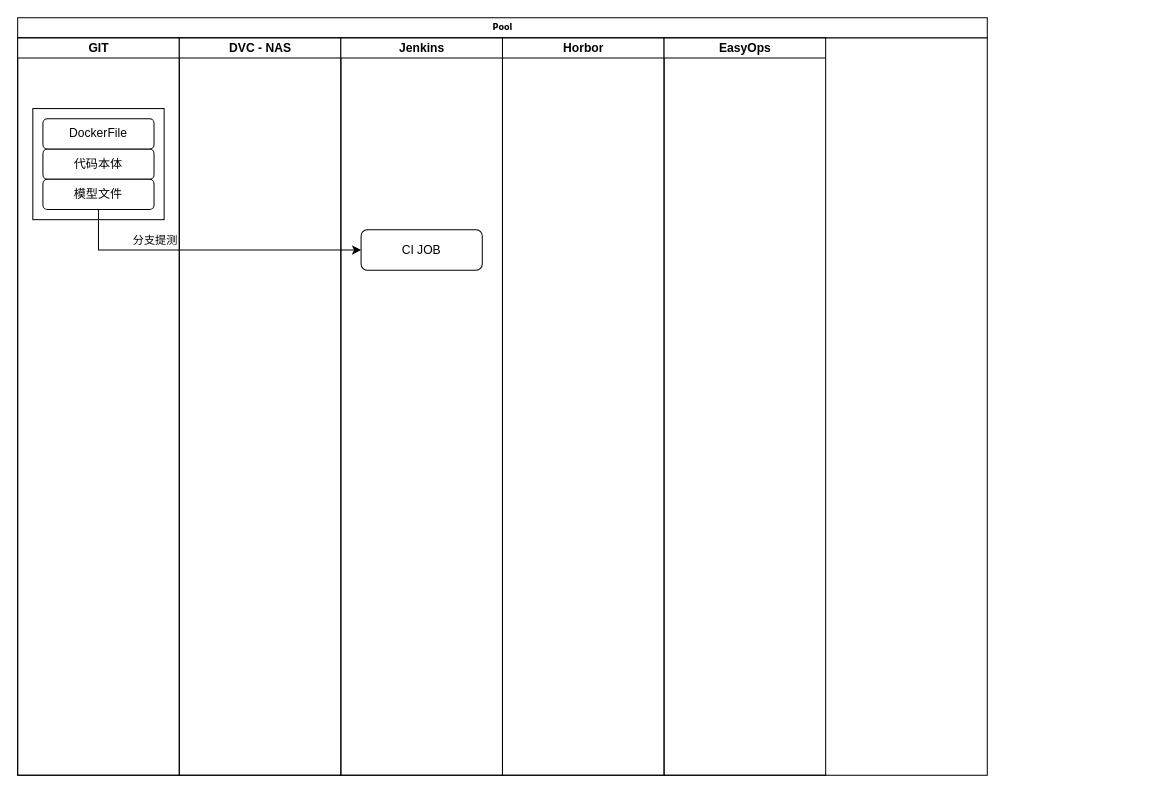
Above: Untitled Diagram.drawio in AutoAllenWu/MyAuto (draw.io), before the change. Source tidied: cells renumbered, new cells numbered last; positions are measured from the earlier drawing's top-left corner, leaving out a move shared by most shapes. Both pictures are drawn from the tidied source at 101%, with x=0, y=0 at pixel (17, 17).
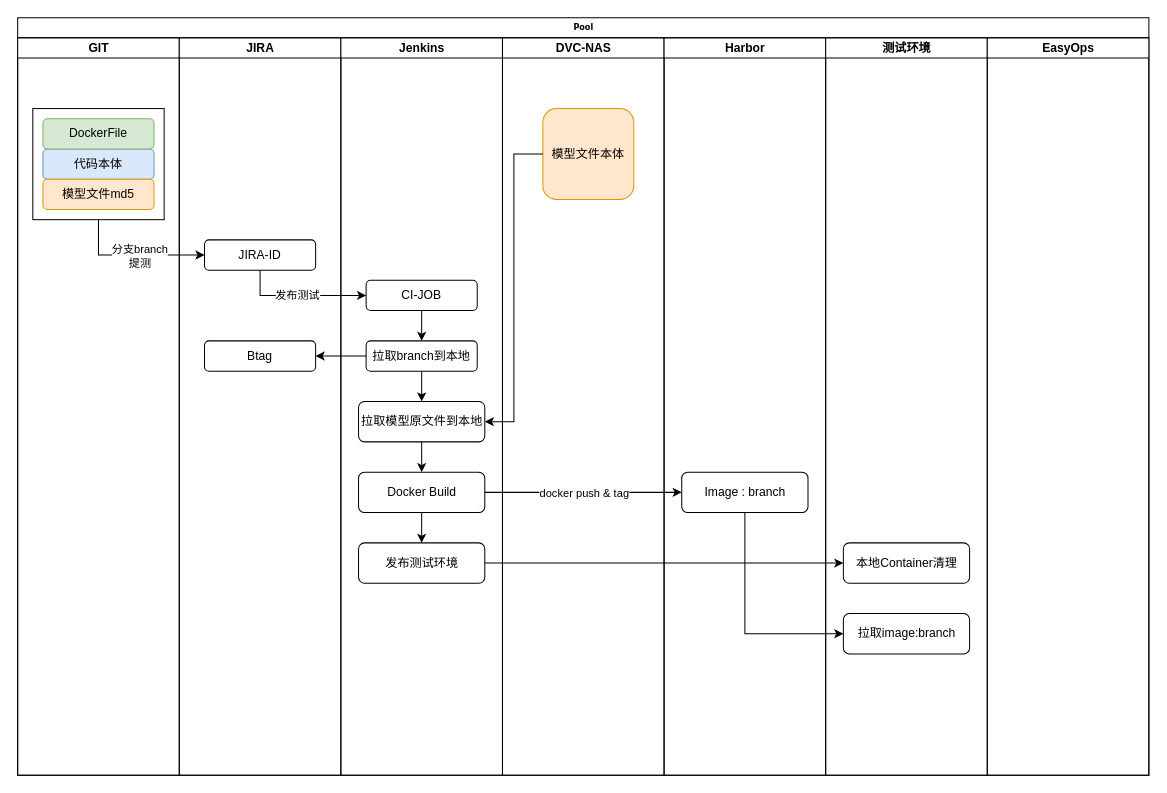
Above is the later version.

Unchanged cells that the change refers to:
```xml
<mxCell id="4" value="GIT" style="swimlane;html=1;startSize=20;" parent="2" vertex="1">
  <mxGeometry y="20" width="160" height="730" as="geometry" />
</mxCell>
<mxCell id="5" style="rounded=0;whiteSpace=wrap;html=1;" parent="4" vertex="1">
  <mxGeometry x="15" y="70" width="130" height="110" as="geometry" />
</mxCell>
```

Change to the diagram source:
```diff
@@
     <mxCell id="2" value="Pool" style="swimlane;html=1;startSize=20;rounded=0;shadow=0;labelBackgroundColor=none;strokeWidth=1;fontFamily=Verdana;fontSize=8;align=center;" parent="1" vertex="1">
-      <mxGeometry width="960" height="750" as="geometry" />
+      <mxGeometry width="1120" height="750" as="geometry" />
     </mxCell>
@@
-    <mxCell id="6" value="代码本体" style="rounded=1;whiteSpace=wrap;html=1;" parent="4" vertex="1">
+    <mxCell id="6" value="代码本体" style="rounded=1;whiteSpace=wrap;html=1;fillColor=#dae8fc;strokeColor=#6c8ebf;" parent="4" vertex="1">
       <mxGeometry x="25" y="110" width="110" height="30" as="geometry" />
     </mxCell>
-    <mxCell id="7" value="DockerFile" style="rounded=1;whiteSpace=wrap;html=1;" parent="4" vertex="1">
+    <mxCell id="7" value="DockerFile" style="rounded=1;whiteSpace=wrap;html=1;fillColor=#d5e8d4;strokeColor=#82b366;" parent="4" vertex="1">
       <mxGeometry x="25" y="80" width="110" height="30" as="geometry" />
     </mxCell>
-    <mxCell id="8" value="模型文件" style="rounded=1;whiteSpace=wrap;html=1;" parent="4" vertex="1">
+    <mxCell id="8" value="模型文件md5" style="rounded=1;whiteSpace=wrap;html=1;fillColor=#ffe6cc;strokeColor=#d79b00;" parent="4" vertex="1">
       <mxGeometry x="25" y="140" width="110" height="30" as="geometry" />
     </mxCell>
@@
-    <mxCell id="10" value="DVC - NAS" style="swimlane;html=1;startSize=20;" parent="2" vertex="1">
+    <mxCell id="10" value="JIRA" style="swimlane;html=1;startSize=20;" parent="2" vertex="1">
       <mxGeometry x="160" y="20" width="160" height="730" as="geometry" />
     </mxCell>
+    <mxCell id="17" value="JIRA-ID" style="rounded=1;whiteSpace=wrap;html=1;" parent="10" vertex="1">
+      <mxGeometry x="25" y="200" width="110" height="30" as="geometry" />
+    </mxCell>
+    <mxCell id="18" value="Btag" style="rounded=1;whiteSpace=wrap;html=1;" parent="10" vertex="1">
+      <mxGeometry x="25" y="300" width="110" height="30" as="geometry" />
+    </mxCell>
+    <mxCell id="13" value="Jenkins" style="swimlane;html=1;startSize=20;" parent="2" vertex="1">
+      <mxGeometry x="320" y="20" width="160" height="730" as="geometry" />
+    </mxCell>
+    <mxCell id="19" style="edgeStyle=orthogonalEdgeStyle;rounded=0;jettySize=auto;html=1;" parent="13" edge="1" source="20" target="22">
+      <mxGeometry relative="1" as="geometry" />
+    </mxCell>
+    <mxCell id="20" value="CI-JOB" style="rounded=1;whiteSpace=wrap;html=1;" parent="13" vertex="1">
+      <mxGeometry x="25" y="240" width="110" height="30" as="geometry" />
+    </mxCell>
+    <mxCell id="21" style="edgeStyle=orthogonalEdgeStyle;rounded=0;jettySize=auto;html=1;" parent="13" edge="1" source="22" target="24">
+      <mxGeometry relative="1" as="geometry" />
+    </mxCell>
+    <mxCell id="22" value="拉取branch到本地" style="rounded=1;whiteSpace=wrap;html=1;" parent="13" vertex="1">
+      <mxGeometry x="25" y="300" width="110" height="30" as="geometry" />
+    </mxCell>
+    <mxCell id="23" style="edgeStyle=orthogonalEdgeStyle;rounded=0;jettySize=auto;html=1;" parent="13" edge="1" source="24" target="26">
+      <mxGeometry relative="1" as="geometry" />
+    </mxCell>
+    <mxCell id="24" value="拉取模型原文件到本地" style="rounded=1;whiteSpace=wrap;html=1;" parent="13" vertex="1">
+      <mxGeometry x="17.5" y="360" width="125" height="40" as="geometry" />
+    </mxCell>
+    <mxCell id="25" style="edgeStyle=orthogonalEdgeStyle;rounded=0;jettySize=auto;html=1;" parent="13" edge="1" source="26" target="27">
+      <mxGeometry relative="1" as="geometry" />
+    </mxCell>
+    <mxCell id="26" value="Docker Build" style="rounded=1;whiteSpace=wrap;html=1;" parent="13" vertex="1">
+      <mxGeometry x="17.5" y="430" width="125" height="40" as="geometry" />
+    </mxCell>
+    <mxCell id="27" value="发布测试环境" style="rounded=1;whiteSpace=wrap;html=1;" parent="13" vertex="1">
+      <mxGeometry x="17.5" y="500" width="125" height="40" as="geometry" />
+    </mxCell>
+    <mxCell id="14" value="DVC-NAS" style="swimlane;html=1;startSize=20;" parent="2" vertex="1">
+      <mxGeometry x="480" y="20" width="160" height="730" as="geometry" />
+    </mxCell>
+    <mxCell id="28" value="模型文件本体" style="rounded=1;whiteSpace=wrap;html=1;fillColor=#ffe6cc;strokeColor=#d79b00;" parent="14" vertex="1">
+      <mxGeometry x="40" y="70" width="90" height="90" as="geometry" />
+    </mxCell>
-    <mxCell id="11" value="Jenkins" style="swimlane;html=1;startSize=20;" parent="2" vertex="1">
-      <mxGeometry x="320" y="20" width="160" height="730" as="geometry" />
+    <mxCell id="11" value="Harbor" style="swimlane;html=1;startSize=20;" parent="2" vertex="1">
+      <mxGeometry x="640" y="20" width="160" height="730" as="geometry" />
     </mxCell>
-    <mxCell id="12" value="CI JOB" style="rounded=1;whiteSpace=wrap;html=1;" parent="11" vertex="1">
-      <mxGeometry x="20" y="190" width="120" height="40" as="geometry" />
-    </mxCell>
-    <mxCell id="13" value="Horbor" style="swimlane;html=1;startSize=20;" parent="2" vertex="1">
-      <mxGeometry x="480" y="20" width="160" height="730" as="geometry" />
-    </mxCell>
-    <mxCell id="14" value="EasyOps" style="swimlane;html=1;startSize=20;" parent="2" vertex="1">
-      <mxGeometry x="640" y="20" width="160" height="730" as="geometry" />
-    </mxCell>
-    <mxCell id="15" style="edgeStyle=orthogonalEdgeStyle;rounded=0;jettySize=auto;html=1;entryX=0;entryY=0.5;entryDx=0;entryDy=0;" parent="2" edge="1" source="8" target="12">
-      <mxGeometry relative="1" as="geometry">
-        <Array as="points">
-          <mxPoint x="80" y="230" />
-          <mxPoint x="340" y="230" />
-        </Array>
-      </mxGeometry>
-    </mxCell>
-    <mxCell id="16" value="分支提测" style="edgeLabel;html=1;align=center;verticalAlign=middle;" parent="15" vertex="1">
-      <mxGeometry x="-0.46" y="-2" relative="1" as="geometry">
-        <mxPoint x="14" y="-12" as="offset" />
-      </mxGeometry>
-    </mxCell>
+    <mxCell id="29" value="Image : branch" style="rounded=1;whiteSpace=wrap;html=1;" parent="11" vertex="1">
+      <mxGeometry x="17.5" y="430" width="125" height="40" as="geometry" />
+    </mxCell>
+    <mxCell id="30" value="测试环境" style="swimlane;html=1;startSize=20;" parent="2" vertex="1">
+      <mxGeometry x="800" y="20" width="160" height="730" as="geometry" />
+    </mxCell>
+    <mxCell id="31" value="本地Container清理" style="rounded=1;whiteSpace=wrap;html=1;" parent="30" vertex="1">
+      <mxGeometry x="17.5" y="500" width="125" height="40" as="geometry" />
+    </mxCell>
+    <mxCell id="32" value="拉取image:branch" style="rounded=1;whiteSpace=wrap;html=1;" parent="30" vertex="1">
+      <mxGeometry x="17.5" y="570" width="125" height="40" as="geometry" />
+    </mxCell>
+    <mxCell id="33" style="edgeStyle=orthogonalEdgeStyle;rounded=0;jettySize=auto;html=1;entryX=0;entryY=0.5;entryDx=0;entryDy=0;" parent="2" edge="1" source="5" target="17">
+      <mxGeometry relative="1" as="geometry">
+        <Array as="points">
+          <mxPoint x="80" y="235" />
+        </Array>
+      </mxGeometry>
+    </mxCell>
+    <mxCell id="34" value="分支branch&lt;br&gt;提测" style="edgeLabel;html=1;align=center;verticalAlign=middle;" parent="33" vertex="1">
+      <mxGeometry x="-0.13" relative="1" as="geometry">
+        <mxPoint x="14" as="offset" />
+      </mxGeometry>
+    </mxCell>
+    <mxCell id="35" style="edgeStyle=orthogonalEdgeStyle;rounded=0;jettySize=auto;html=1;entryX=0;entryY=0.5;entryDx=0;entryDy=0;" parent="2" edge="1" source="17" target="20">
+      <mxGeometry relative="1" as="geometry">
+        <Array as="points">
+          <mxPoint x="240" y="275" />
+        </Array>
+      </mxGeometry>
+    </mxCell>
+    <mxCell id="36" value="发布测试" style="edgeLabel;html=1;align=center;verticalAlign=middle;" parent="35" vertex="1">
+      <mxGeometry x="-0.06" y="1" relative="1" as="geometry" />
+    </mxCell>
+    <mxCell id="37" style="edgeStyle=orthogonalEdgeStyle;rounded=0;jettySize=auto;html=1;entryX=1;entryY=0.5;entryDx=0;entryDy=0;" parent="2" edge="1" source="22" target="18">
+      <mxGeometry relative="1" as="geometry" />
+    </mxCell>
+    <mxCell id="38" style="edgeStyle=orthogonalEdgeStyle;rounded=0;jettySize=auto;html=1;entryX=1;entryY=0.5;entryDx=0;entryDy=0;" parent="2" edge="1" source="28" target="24">
+      <mxGeometry relative="1" as="geometry" />
+    </mxCell>
+    <mxCell id="39" style="edgeStyle=orthogonalEdgeStyle;rounded=0;jettySize=auto;html=1;entryX=0;entryY=0.5;entryDx=0;entryDy=0;" parent="2" edge="1" source="26" target="29">
+      <mxGeometry relative="1" as="geometry" />
+    </mxCell>
+    <mxCell id="40" value="docker push &amp;amp; tag" style="edgeLabel;html=1;align=center;verticalAlign=middle;" parent="39" vertex="1">
+      <mxGeometry x="0.24" y="-1" relative="1" as="geometry">
+        <mxPoint x="-23.5" y="-1" as="offset" />
+      </mxGeometry>
+    </mxCell>
+    <mxCell id="41" value="EasyOps" style="swimlane;html=1;startSize=20;" parent="2" vertex="1">
+      <mxGeometry x="960" y="20" width="160" height="730" as="geometry" />
+    </mxCell>
+    <mxCell id="42" style="edgeStyle=orthogonalEdgeStyle;rounded=0;jettySize=auto;html=1;entryX=0;entryY=0.5;entryDx=0;entryDy=0;" parent="2" edge="1" source="27" target="31">
+      <mxGeometry relative="1" as="geometry" />
+    </mxCell>
+    <mxCell id="43" style="edgeStyle=orthogonalEdgeStyle;rounded=0;jettySize=auto;html=1;entryX=0;entryY=0.5;entryDx=0;entryDy=0;" parent="2" edge="1" source="29" target="32">
+      <mxGeometry relative="1" as="geometry">
+        <Array as="points">
+          <mxPoint x="720" y="610" />
+        </Array>
+      </mxGeometry>
+    </mxCell>
```
